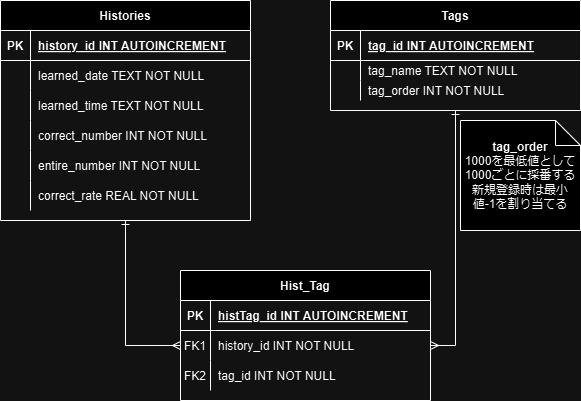
Lis-ReKid/CorrectRateLog keeps this draw.io diagram as documents/テーブル設計.drawio.png. Above is the earlier version. Source tidied: cells renumbered, new cells last; positions are measured from the earlier drawing's top-left corner, leaving out a move shared by most shapes.
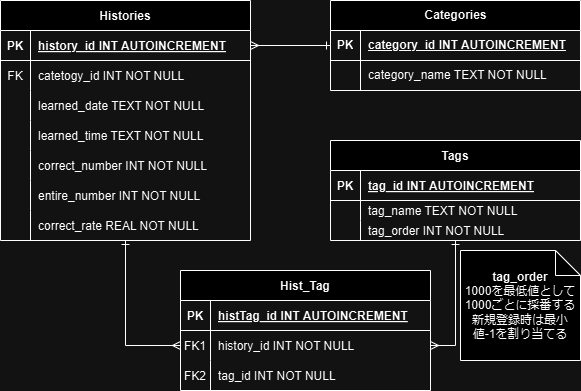
After the commit.

Commit message:
テーブル設計書にカテゴリテーブルを追加

The edit, as a diff of the source:
```diff
@@ -3,7 +3,7 @@
     <mxCell id="0" />
     <mxCell id="1" parent="0" />
     <mxCell id="2" value="Tags" style="shape=table;startSize=30;rowLines=0;fontStyle=1;align=center;" parent="1" vertex="1">
-      <mxGeometry x="330" width="250" height="110" as="geometry" />
+      <mxGeometry x="330" y="140" width="250" height="100" as="geometry" />
     </mxCell>
     <mxCell id="3" style="shape=partialRectangle;fillColor=none;top=0;left=0;right=0;bottom=1;" parent="2" vertex="1">
       <mxGeometry y="30" width="250" height="30" as="geometry" />
@@ -33,7 +33,7 @@
       <mxGeometry x="30" width="220" height="20" as="geometry" />
     </mxCell>
     <mxCell id="12" value="Hist_Tag" style="shape=table;startSize=30;rowLines=0;fontStyle=1;align=center;" parent="1" vertex="1">
-      <mxGeometry x="180" y="270" width="250" height="130" as="geometry" />
+      <mxGeometry x="180" y="270" width="250" height="120" as="geometry" />
     </mxCell>
     <mxCell id="13" style="shape=partialRectangle;fillColor=none;top=0;left=0;right=0;bottom=1;" parent="12" vertex="1">
       <mxGeometry y="30" width="250" height="30" as="geometry" />
@@ -65,8 +65,11 @@
     <mxCell id="22" style="edgeStyle=orthogonalEdgeStyle;rounded=0;jettySize=auto;html=1;entryX=0;entryY=0.5;entryDx=0;entryDy=0;strokeWidth=1;startArrow=ERone;startFill=0;endArrow=ERmany;endFill=0;" parent="1" edge="1" source="23" target="16">
       <mxGeometry relative="1" as="geometry" />
     </mxCell>
+    <mxCell id="44" style="edgeStyle=orthogonalEdgeStyle;rounded=0;jettySize=auto;html=1;strokeColor=default;startArrow=ERmany;startFill=0;endArrow=ERone;endFill=0;" parent="1" edge="1" source="24" target="49">
+      <mxGeometry relative="1" as="geometry" />
+    </mxCell>
     <mxCell id="23" value="Histories" style="shape=table;startSize=30;rowLines=0;fontStyle=1;align=center;" parent="1" vertex="1">
-      <mxGeometry width="250" height="220" as="geometry" />
+      <mxGeometry width="250" height="240" as="geometry" />
     </mxCell>
     <mxCell id="24" style="shape=partialRectangle;fillColor=none;points=[[0,0.5],[1,0.5]];portConstraint=eastwest;top=0;left=0;right=0;bottom=1;" parent="23" vertex="1">
       <mxGeometry y="30" width="250" height="30" as="geometry" />
@@ -80,14 +83,23 @@
     <mxCell id="27" style="shape=partialRectangle;fillColor=none;top=0;left=0;right=0;bottom=0;" parent="23" vertex="1">
       <mxGeometry y="60" width="250" height="30" as="geometry" />
     </mxCell>
-    <mxCell id="28" style="shape=partialRectangle;overflow=hidden;fillColor=none;top=0;left=0;bottom=0;right=0;" parent="27" vertex="1">
+    <mxCell id="28" value="FK" style="shape=partialRectangle;overflow=hidden;fillColor=none;top=0;left=0;bottom=0;right=0;" parent="27" vertex="1">
       <mxGeometry width="30" height="30" as="geometry" />
     </mxCell>
-    <mxCell id="29" value="learned_date TEXT NOT NULL" style="shape=partialRectangle;overflow=hidden;fillColor=none;top=0;left=0;bottom=0;right=0;align=left;spacingLeft=6;" parent="27" vertex="1">
+    <mxCell id="29" value="catetogy_id INT NOT NULL" style="shape=partialRectangle;overflow=hidden;fillColor=none;top=0;left=0;bottom=0;right=0;align=left;spacingLeft=6;" parent="27" vertex="1">
       <mxGeometry x="30" width="220" height="30" as="geometry" />
     </mxCell>
+    <mxCell id="45" style="shape=partialRectangle;fillColor=none;top=0;left=0;right=0;bottom=0;" parent="23" vertex="1">
+      <mxGeometry y="90" width="250" height="30" as="geometry" />
+    </mxCell>
+    <mxCell id="46" style="shape=partialRectangle;overflow=hidden;fillColor=none;top=0;left=0;bottom=0;right=0;" parent="45" vertex="1">
+      <mxGeometry width="30" height="30" as="geometry" />
+    </mxCell>
+    <mxCell id="47" value="learned_date TEXT NOT NULL" style="shape=partialRectangle;overflow=hidden;fillColor=none;top=0;left=0;bottom=0;right=0;align=left;spacingLeft=6;" parent="45" vertex="1">
+      <mxGeometry x="30" width="220" height="30" as="geometry" />
+    </mxCell>
     <mxCell id="30" style="shape=partialRectangle;fillColor=none;top=0;left=0;right=0;bottom=0;" parent="23" vertex="1">
-      <mxGeometry y="90" width="250" height="30" as="geometry" />
+      <mxGeometry y="120" width="250" height="30" as="geometry" />
     </mxCell>
     <mxCell id="31" style="shape=partialRectangle;overflow=hidden;fillColor=none;top=0;left=0;bottom=0;right=0;" parent="30" vertex="1">
       <mxGeometry width="30" height="30" as="geometry" />
@@ -96,7 +108,7 @@
       <mxGeometry x="30" width="220" height="30" as="geometry" />
     </mxCell>
     <mxCell id="33" style="shape=partialRectangle;fillColor=none;top=0;left=0;right=0;bottom=0;" parent="23" vertex="1">
-      <mxGeometry y="120" width="250" height="30" as="geometry" />
+      <mxGeometry y="150" width="250" height="30" as="geometry" />
     </mxCell>
     <mxCell id="34" style="shape=partialRectangle;overflow=hidden;fillColor=none;top=0;left=0;bottom=0;right=0;" parent="33" vertex="1">
       <mxGeometry width="30" height="30" as="geometry" />
@@ -105,7 +117,7 @@
       <mxGeometry x="30" width="220" height="30" as="geometry" />
     </mxCell>
     <mxCell id="36" style="shape=partialRectangle;fillColor=none;top=0;left=0;right=0;bottom=0;" parent="23" vertex="1">
-      <mxGeometry y="150" width="250" height="30" as="geometry" />
+      <mxGeometry y="180" width="250" height="30" as="geometry" />
     </mxCell>
     <mxCell id="37" style="shape=partialRectangle;overflow=hidden;fillColor=none;top=0;left=0;bottom=0;right=0;" parent="36" vertex="1">
       <mxGeometry width="30" height="30" as="geometry" />
@@ -114,7 +126,7 @@
       <mxGeometry x="30" width="220" height="30" as="geometry" />
     </mxCell>
     <mxCell id="39" style="shape=partialRectangle;fillColor=none;top=0;left=0;right=0;bottom=0;" parent="23" vertex="1">
-      <mxGeometry y="180" width="250" height="30" as="geometry" />
+      <mxGeometry y="210" width="250" height="30" as="geometry" />
     </mxCell>
     <mxCell id="40" style="shape=partialRectangle;overflow=hidden;fillColor=none;top=0;left=0;bottom=0;right=0;" parent="39" vertex="1">
       <mxGeometry width="30" height="30" as="geometry" />
@@ -126,7 +138,28 @@
       <mxGeometry relative="1" as="geometry" />
     </mxCell>
     <mxCell id="43" value="&lt;b&gt;tag_order&lt;/b&gt;&lt;div&gt;1000を最低値として1000ごとに採番する&lt;/div&gt;&lt;div&gt;新規登録時は最小値-1を割り当てる&lt;/div&gt;" style="shape=note2;boundedLbl=1;whiteSpace=wrap;html=1;size=25;verticalAlign=middle;align=center;labelPosition=center;verticalLabelPosition=middle;" parent="1" vertex="1">
-      <mxGeometry x="460" y="120" width="120" height="110" as="geometry" />
+      <mxGeometry x="460" y="250" width="120" height="110" as="geometry" />
     </mxCell>
+    <mxCell id="48" value="Categories" style="shape=table;startSize=30;rowLines=0;fontStyle=1;align=center;html=1;" parent="1" vertex="1">
+      <mxGeometry x="330" width="250" height="90" as="geometry" />
+    </mxCell>
+    <mxCell id="49" style="shape=tableRow;horizontal=0;startSize=0;swimlaneHead=0;swimlaneBody=0;fillColor=none;points=[[0,0.5],[1,0.5]];portConstraint=eastwest;top=0;left=0;right=0;bottom=1;" parent="48" vertex="1">
+      <mxGeometry y="30" width="250" height="30" as="geometry" />
+    </mxCell>
+    <mxCell id="50" value="PK" style="shape=partialRectangle;fillColor=none;top=0;left=0;bottom=0;right=0;fontStyle=1;overflow=hidden;whiteSpace=wrap;html=1;" parent="49" vertex="1">
+      <mxGeometry width="30" height="30" as="geometry" />
+    </mxCell>
+    <mxCell id="51" value="category_id INT AUTOINCREMENT" style="shape=partialRectangle;fillColor=none;top=0;left=0;bottom=0;right=0;align=left;spacingLeft=6;fontStyle=5;overflow=hidden;whiteSpace=wrap;html=1;" parent="49" vertex="1">
+      <mxGeometry x="30" width="220" height="30" as="geometry" />
+    </mxCell>
+    <mxCell id="52" style="shape=tableRow;horizontal=0;startSize=0;swimlaneHead=0;swimlaneBody=0;fillColor=none;top=0;left=0;right=0;bottom=0;" parent="48" vertex="1">
+      <mxGeometry y="60" width="250" height="30" as="geometry" />
+    </mxCell>
+    <mxCell id="53" style="shape=partialRectangle;fillColor=none;top=0;left=0;bottom=0;right=0;overflow=hidden;whiteSpace=wrap;html=1;" parent="52" vertex="1">
+      <mxGeometry width="30" height="30" as="geometry" />
+    </mxCell>
+    <mxCell id="54" value="category_name TEXT NOT NULL" style="shape=partialRectangle;fillColor=none;top=0;left=0;bottom=0;right=0;align=left;spacingLeft=6;overflow=hidden;whiteSpace=wrap;html=1;" parent="52" vertex="1">
+      <mxGeometry x="30" width="220" height="30" as="geometry" />
+    </mxCell>
   </root>
 </mxGraphModel>
```
